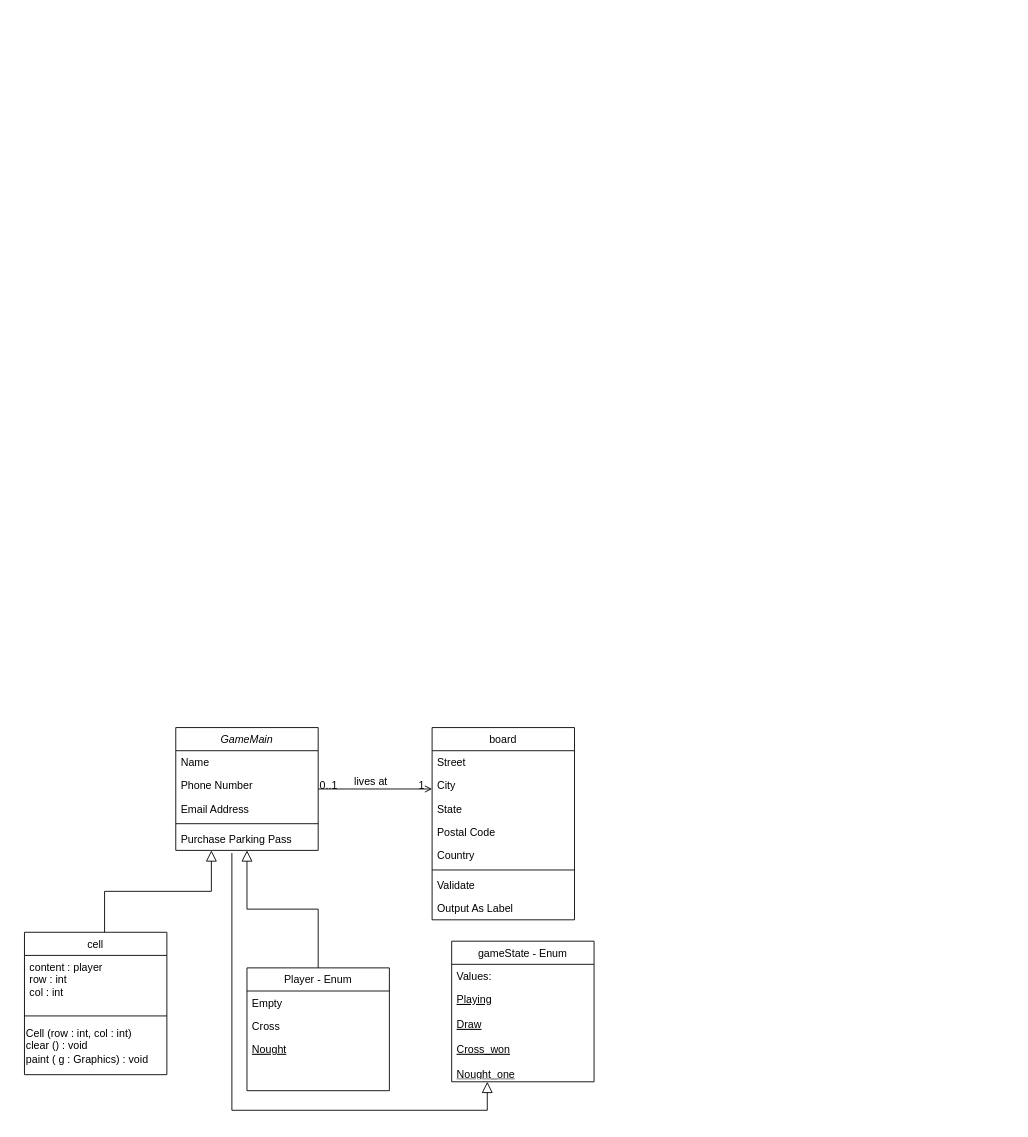
Above: Untitled Diagram.drawio in bec-anne/BIT504_AT2_Task2 (draw.io), before the change. Source tidied: cells renumbered, new cells numbered last; positions are measured from the earlier drawing's top-left corner, leaving out a move shared by most shapes. Both pictures are drawn from the tidied source at 89%, with x=0, y=0 at pixel (24, 727).
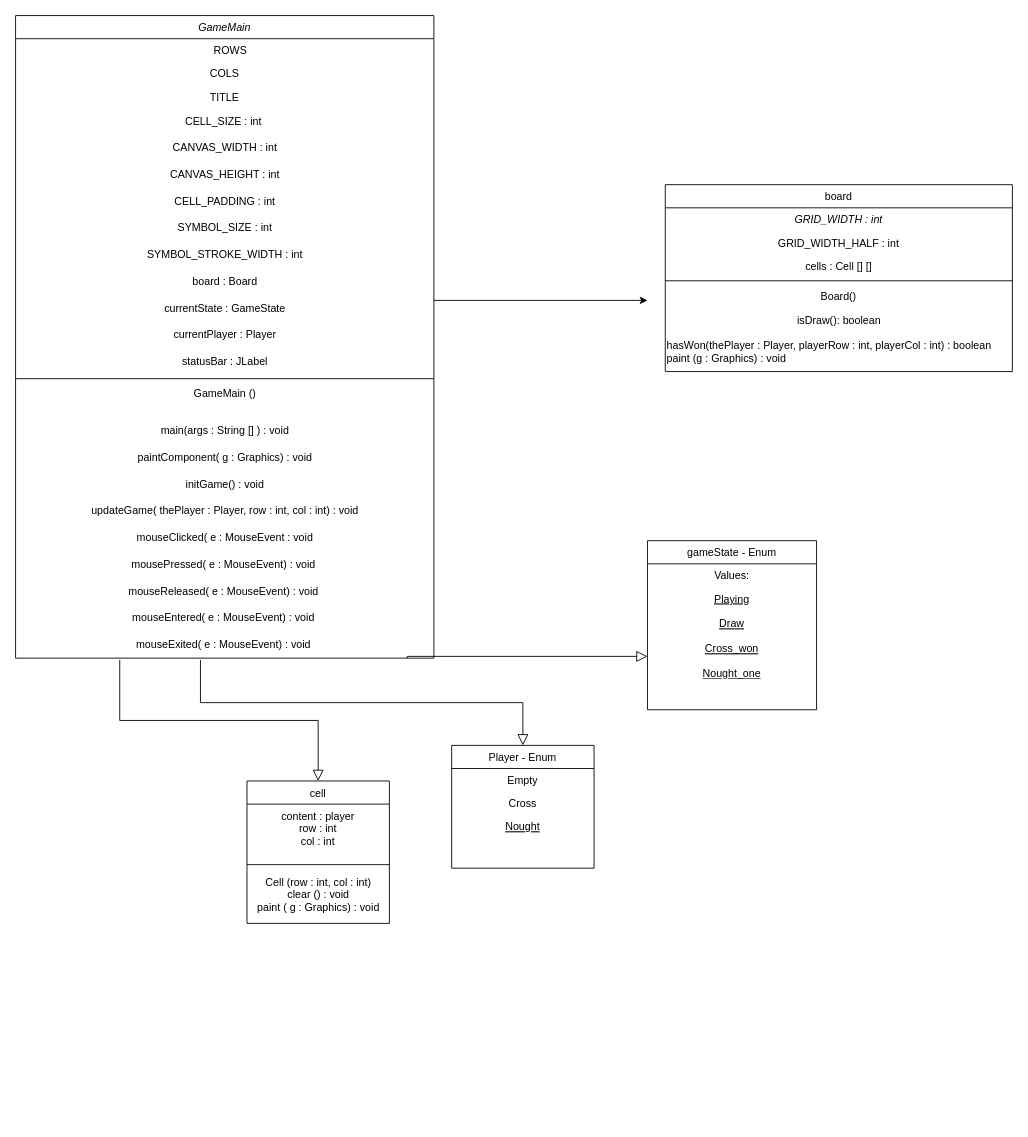
After the change.

Diff of the diagram source:
```diff
@@
     <mxCell id="2" value="GameMain" style="swimlane;fontStyle=2;align=center;verticalAlign=top;horizontal=1;startSize=26;rounded=0;shadow=0;strokeWidth=1;" parent="1" vertex="1">
-      <mxGeometry x="170" width="160" height="138" as="geometry" />
+      <mxGeometry x="-10" y="-800" width="470" height="722" as="geometry" />
     </mxCell>
-    <mxCell id="3" value="Name" style="text;align=left;verticalAlign=top;spacingLeft=4;spacingRight=4;overflow=hidden;" parent="2" vertex="1">
-      <mxGeometry y="26" width="160" height="26" as="geometry" />
+    <mxCell id="3" value="    ROWS" style="text;align=center;verticalAlign=top;spacingLeft=4;spacingRight=4;overflow=hidden;" parent="2" vertex="1">
+      <mxGeometry y="26" width="470" height="26" as="geometry" />
     </mxCell>
-    <mxCell id="4" value="Phone Number" style="text;align=left;verticalAlign=top;spacingLeft=4;spacingRight=4;overflow=hidden;rounded=0;shadow=0;html=0;" parent="2" vertex="1">
-      <mxGeometry y="52" width="160" height="26" as="geometry" />
+    <mxCell id="4" value="COLS" style="text;align=center;verticalAlign=top;spacingLeft=4;spacingRight=4;overflow=hidden;rounded=0;shadow=0;html=0;" parent="2" vertex="1">
+      <mxGeometry y="52" width="470" height="26" as="geometry" />
     </mxCell>
-    <mxCell id="5" value="Email Address" style="text;align=left;verticalAlign=top;spacingLeft=4;spacingRight=4;overflow=hidden;rounded=0;shadow=0;html=0;" parent="2" vertex="1">
-      <mxGeometry y="78" width="160" height="26" as="geometry" />
+    <mxCell id="5" value="TITLE" style="text;align=center;verticalAlign=top;spacingLeft=4;spacingRight=4;overflow=hidden;rounded=0;shadow=0;html=0;" parent="2" vertex="1">
+      <mxGeometry y="78" width="470" height="26" as="geometry" />
     </mxCell>
+    <mxCell id="35" value="CELL_SIZE : int&amp;nbsp;" style="text;html=1;align=center;verticalAlign=middle;strokeColor=none;fillColor=none;" parent="2" vertex="1">
+      <mxGeometry y="104" width="470" height="30" as="geometry" />
+    </mxCell>
+    <mxCell id="36" value="CANVAS_WIDTH : int" style="text;html=1;align=center;verticalAlign=middle;strokeColor=none;fillColor=none;" parent="2" vertex="1">
+      <mxGeometry y="134" width="470" height="30" as="geometry" />
+    </mxCell>
+    <mxCell id="37" value="CANVAS_HEIGHT : int" style="text;html=1;align=center;verticalAlign=middle;strokeColor=none;fillColor=none;" parent="2" vertex="1">
+      <mxGeometry y="164" width="470" height="30" as="geometry" />
+    </mxCell>
+    <mxCell id="38" value="CELL_PADDING : int" style="text;html=1;align=center;verticalAlign=middle;strokeColor=none;fillColor=none;" parent="2" vertex="1">
+      <mxGeometry y="194" width="470" height="30" as="geometry" />
+    </mxCell>
+    <mxCell id="39" value="SYMBOL_SIZE : int" style="text;html=1;align=center;verticalAlign=middle;strokeColor=none;fillColor=none;" parent="2" vertex="1">
+      <mxGeometry y="224" width="470" height="30" as="geometry" />
+    </mxCell>
+    <mxCell id="40" value="SYMBOL_STROKE_WIDTH : int" style="text;html=1;align=center;verticalAlign=middle;strokeColor=none;fillColor=none;" parent="2" vertex="1">
+      <mxGeometry y="254" width="470" height="30" as="geometry" />
+    </mxCell>
+    <mxCell id="41" value="board : Board" style="text;html=1;align=center;verticalAlign=middle;strokeColor=none;fillColor=none;" parent="2" vertex="1">
+      <mxGeometry y="284" width="470" height="30" as="geometry" />
+    </mxCell>
+    <mxCell id="42" value="currentState : GameState" style="text;html=1;align=center;verticalAlign=middle;strokeColor=none;fillColor=none;" parent="2" vertex="1">
+      <mxGeometry y="314" width="470" height="30" as="geometry" />
+    </mxCell>
+    <mxCell id="43" value="currentPlayer : Player" style="text;html=1;align=center;verticalAlign=middle;strokeColor=none;fillColor=none;" parent="2" vertex="1">
+      <mxGeometry y="344" width="470" height="30" as="geometry" />
+    </mxCell>
+    <mxCell id="44" value="statusBar : JLabel" style="text;html=1;align=center;verticalAlign=middle;strokeColor=none;fillColor=none;" parent="2" vertex="1">
+      <mxGeometry y="374" width="470" height="30" as="geometry" />
+    </mxCell>
     <mxCell id="6" style="line;html=1;strokeWidth=1;align=left;verticalAlign=middle;spacingTop=-1;spacingLeft=3;spacingRight=3;labelPosition=right;" parent="2" vertex="1">
-      <mxGeometry y="104" width="160" height="8" as="geometry" />
+      <mxGeometry y="404" width="470" height="8" as="geometry" />
     </mxCell>
-    <mxCell id="7" value="Purchase Parking Pass" style="text;align=left;verticalAlign=top;spacingLeft=4;spacingRight=4;overflow=hidden;points=[[0,0.5],[1,0.5]];portConstraint=eastwest;" parent="2" vertex="1">
-      <mxGeometry y="112" width="160" height="26" as="geometry" />
-    </mxCell>
+    <mxCell id="45" value="GameMain ()&lt;div&gt;&lt;br&gt;&lt;/div&gt;" style="text;html=1;align=center;verticalAlign=middle;strokeColor=none;fillColor=none;" parent="2" vertex="1">
+      <mxGeometry y="412" width="470" height="40" as="geometry" />
+    </mxCell>
+    <mxCell id="46" value="main(args : String [] ) : void" style="text;html=1;align=center;verticalAlign=middle;strokeColor=none;fillColor=none;" parent="2" vertex="1">
+      <mxGeometry y="452" width="470" height="30" as="geometry" />
+    </mxCell>
+    <mxCell id="47" value="paintComponent( g : Graphics) : void" style="text;html=1;align=center;verticalAlign=middle;strokeColor=none;fillColor=none;" parent="2" vertex="1">
+      <mxGeometry y="482" width="470" height="30" as="geometry" />
+    </mxCell>
+    <mxCell id="48" value="initGame() : void" style="text;html=1;align=center;verticalAlign=middle;strokeColor=none;fillColor=none;" parent="2" vertex="1">
+      <mxGeometry y="512" width="470" height="30" as="geometry" />
+    </mxCell>
+    <mxCell id="49" value="updateGame( thePlayer : Player, row : int, col : int) : void" style="text;html=1;align=center;verticalAlign=middle;strokeColor=none;fillColor=none;" parent="2" vertex="1">
+      <mxGeometry y="542" width="470" height="30" as="geometry" />
+    </mxCell>
+    <mxCell id="50" value="mouseClicked( e : MouseEvent : void" style="text;html=1;align=center;verticalAlign=middle;strokeColor=none;fillColor=none;" parent="2" vertex="1">
+      <mxGeometry y="572" width="470" height="30" as="geometry" />
+    </mxCell>
+    <mxCell id="51" value="mousePressed( e : MouseEvent) : void&amp;nbsp;" style="text;html=1;align=center;verticalAlign=middle;strokeColor=none;fillColor=none;" parent="2" vertex="1">
+      <mxGeometry y="602" width="470" height="30" as="geometry" />
+    </mxCell>
+    <mxCell id="52" value="mouseReleased( e : MouseEvent) : void&amp;nbsp;" style="text;html=1;align=center;verticalAlign=middle;strokeColor=none;fillColor=none;" parent="2" vertex="1">
+      <mxGeometry y="632" width="470" height="30" as="geometry" />
+    </mxCell>
+    <mxCell id="53" value="mouseEntered( e : MouseEvent) : void&amp;nbsp;" style="text;html=1;align=center;verticalAlign=middle;strokeColor=none;fillColor=none;" parent="2" vertex="1">
+      <mxGeometry y="662" width="470" height="30" as="geometry" />
+    </mxCell>
+    <mxCell id="54" value="mouseExited( e : MouseEvent) : void&amp;nbsp;" style="text;html=1;align=center;verticalAlign=middle;points=[];strokeColor=none;fillColor=none;" parent="2" vertex="1">
+      <mxGeometry y="692" width="470" height="30" as="geometry" />
+    </mxCell>
     <mxCell id="8" value="Player - Enum" style="swimlane;fontStyle=0;align=center;verticalAlign=top;horizontal=1;startSize=26;rounded=0;shadow=0;strokeWidth=1;" parent="1" vertex="1">
-      <mxGeometry x="250" y="270" width="160" height="138" as="geometry" />
+      <mxGeometry x="480" y="20" width="160" height="138" as="geometry" />
     </mxCell>
-    <mxCell id="9" value="Empty" style="text;align=left;verticalAlign=top;spacingLeft=4;spacingRight=4;overflow=hidden;" parent="8" vertex="1">
+    <mxCell id="9" value="Empty" style="text;align=center;verticalAlign=top;spacingLeft=4;spacingRight=4;overflow=hidden;" parent="8" vertex="1">
       <mxGeometry y="26" width="160" height="26" as="geometry" />
     </mxCell>
-    <mxCell id="10" value="Cross" style="text;align=left;verticalAlign=top;spacingLeft=4;spacingRight=4;overflow=hidden;rounded=0;shadow=0;html=0;" parent="8" vertex="1">
+    <mxCell id="10" value="Cross" style="text;align=center;verticalAlign=top;spacingLeft=4;spacingRight=4;overflow=hidden;rounded=0;shadow=0;html=0;" parent="8" vertex="1">
       <mxGeometry y="52" width="160" height="26" as="geometry" />
     </mxCell>
-    <mxCell id="11" value="Nought" style="text;align=left;verticalAlign=top;spacingLeft=4;spacingRight=4;overflow=hidden;fontStyle=4;" parent="8" vertex="1">
+    <mxCell id="11" value="Nought" style="text;align=center;verticalAlign=top;spacingLeft=4;spacingRight=4;overflow=hidden;fontStyle=4;" parent="8" vertex="1">
       <mxGeometry y="78" width="160" height="26" as="geometry" />
     </mxCell>
-    <mxCell id="12" style="endArrow=block;endSize=10;endFill=0;shadow=0;strokeWidth=1;rounded=0;curved=0;edgeStyle=elbowEdgeStyle;elbow=vertical;" parent="1" edge="1" source="8" target="2">
+    <mxCell id="12" style="endArrow=block;endSize=10;endFill=0;shadow=0;strokeWidth=1;rounded=0;curved=0;edgeStyle=elbowEdgeStyle;elbow=vertical;exitX=0.442;exitY=1.067;exitDx=0;exitDy=0;exitPerimeter=0;" parent="1" edge="1" source="54" target="8">
       <mxGeometry relative="1" as="geometry" />
     </mxCell>
     <mxCell id="13" value="cell" style="swimlane;fontStyle=0;align=center;verticalAlign=top;horizontal=1;startSize=26;rounded=0;shadow=0;strokeWidth=1;" parent="1" vertex="1">
-      <mxGeometry y="230" width="160" height="160" as="geometry" />
+      <mxGeometry x="250" y="60" width="160" height="160" as="geometry" />
     </mxCell>
-    <mxCell id="14" value="content : player&#10;row : int&#10;col : int&#10;" style="text;align=left;verticalAlign=top;spacingLeft=4;spacingRight=4;overflow=hidden;" parent="13" vertex="1">
+    <mxCell id="14" value="content : player&#10;row : int&#10;col : int&#10;" style="text;align=center;verticalAlign=top;spacingLeft=4;spacingRight=4;overflow=hidden;" parent="13" vertex="1">
       <mxGeometry y="26" width="160" height="64" as="geometry" />
     </mxCell>
@@
-    <mxCell id="16" value="Cell (row : int, col : int)&lt;div&gt;clear () : void&lt;/div&gt;&lt;div&gt;paint ( g : Graphics) : void&lt;/div&gt;" style="text;html=1;align=left;verticalAlign=middle;strokeColor=none;fillColor=none;" parent="13" vertex="1">
+    <mxCell id="16" value="Cell (row : int, col : int)&lt;div&gt;clear () : void&lt;/div&gt;&lt;div&gt;paint ( g : Graphics) : void&lt;/div&gt;" style="text;html=1;align=center;verticalAlign=middle;strokeColor=none;fillColor=none;" parent="13" vertex="1">
       <mxGeometry y="98" width="160" height="60" as="geometry" />
     </mxCell>
-    <mxCell id="17" style="endArrow=block;endSize=10;endFill=0;shadow=0;strokeWidth=1;rounded=0;curved=0;edgeStyle=elbowEdgeStyle;elbow=vertical;entryX=0.531;entryY=0.962;entryDx=0;entryDy=0;entryPerimeter=0;" parent="1" edge="1">
-      <mxGeometry relative="1" as="geometry">
-        <mxPoint x="90" y="230" as="sourcePoint" />
-        <mxPoint x="210" y="138" as="targetPoint" />
-      </mxGeometry>
+    <mxCell id="17" style="endArrow=block;endSize=10;endFill=0;shadow=0;strokeWidth=1;rounded=0;curved=0;edgeStyle=elbowEdgeStyle;elbow=vertical;entryX=0.5;entryY=0;entryDx=0;entryDy=0;exitX=0.249;exitY=1.067;exitDx=0;exitDy=0;exitPerimeter=0;" parent="1" edge="1" source="54" target="13">
+      <mxGeometry relative="1" as="geometry" />
     </mxCell>
     <mxCell id="18" value="board" style="swimlane;fontStyle=0;align=center;verticalAlign=top;horizontal=1;startSize=26;rounded=0;shadow=0;strokeWidth=1;" parent="1" vertex="1">
-      <mxGeometry x="458" width="160" height="216" as="geometry" />
+      <mxGeometry x="720" y="-610" width="390" height="210" as="geometry" />
     </mxCell>
-    <mxCell id="19" value="Street" style="text;align=left;verticalAlign=top;spacingLeft=4;spacingRight=4;overflow=hidden;" parent="18" vertex="1">
-      <mxGeometry y="26" width="160" height="26" as="geometry" />
+    <mxCell id="19" value="GRID_WIDTH : int&#10;" style="text;align=center;verticalAlign=top;spacingLeft=4;spacingRight=4;overflow=hidden;fontStyle=2;" parent="18" vertex="1">
+      <mxGeometry y="26" width="390" height="26" as="geometry" />
     </mxCell>
-    <mxCell id="20" value="City" style="text;align=left;verticalAlign=top;spacingLeft=4;spacingRight=4;overflow=hidden;rounded=0;shadow=0;html=0;" parent="18" vertex="1">
-      <mxGeometry y="52" width="160" height="26" as="geometry" />
+    <mxCell id="20" value="GRID_WIDTH_HALF : int" style="text;align=center;verticalAlign=top;spacingLeft=4;spacingRight=4;overflow=hidden;rounded=0;shadow=0;html=0;" parent="18" vertex="1">
+      <mxGeometry y="52" width="390" height="26" as="geometry" />
     </mxCell>
-    <mxCell id="21" value="State" style="text;align=left;verticalAlign=top;spacingLeft=4;spacingRight=4;overflow=hidden;rounded=0;shadow=0;html=0;" parent="18" vertex="1">
-      <mxGeometry y="78" width="160" height="26" as="geometry" />
+    <mxCell id="21" value="cells : Cell [] []" style="text;align=center;verticalAlign=top;spacingLeft=4;spacingRight=4;overflow=hidden;rounded=0;shadow=0;html=0;" parent="18" vertex="1">
+      <mxGeometry y="78" width="390" height="26" as="geometry" />
     </mxCell>
-    <mxCell id="22" value="Postal Code" style="text;align=left;verticalAlign=top;spacingLeft=4;spacingRight=4;overflow=hidden;rounded=0;shadow=0;html=0;" parent="18" vertex="1">
-      <mxGeometry y="104" width="160" height="26" as="geometry" />
-    </mxCell>
-    <mxCell id="23" value="Country" style="text;align=left;verticalAlign=top;spacingLeft=4;spacingRight=4;overflow=hidden;rounded=0;shadow=0;html=0;" parent="18" vertex="1">
-      <mxGeometry y="130" width="160" height="26" as="geometry" />
-    </mxCell>
     <mxCell id="24" style="line;html=1;strokeWidth=1;align=left;verticalAlign=middle;spacingTop=-1;spacingLeft=3;spacingRight=3;labelPosition=right;" parent="18" vertex="1">
-      <mxGeometry y="156" width="160" height="8" as="geometry" />
+      <mxGeometry y="104" width="390" height="8" as="geometry" />
     </mxCell>
-    <mxCell id="25" value="Validate" style="text;align=left;verticalAlign=top;spacingLeft=4;spacingRight=4;overflow=hidden;" parent="18" vertex="1">
-      <mxGeometry y="164" width="160" height="26" as="geometry" />
-    </mxCell>
-    <mxCell id="26" value="Output As Label" style="text;align=left;verticalAlign=top;spacingLeft=4;spacingRight=4;overflow=hidden;" parent="18" vertex="1">
-      <mxGeometry y="190" width="160" height="26" as="geometry" />
+    <mxCell id="26" value="Board()" style="text;align=center;verticalAlign=top;spacingLeft=4;spacingRight=4;overflow=hidden;" parent="18" vertex="1">
+      <mxGeometry y="112" width="390" height="26" as="geometry" />
     </mxCell>
-    <mxCell id="27" style="endArrow=open;shadow=0;strokeWidth=1;rounded=0;curved=0;endFill=1;edgeStyle=elbowEdgeStyle;elbow=vertical;" parent="1" edge="1" source="2" target="18">
-      <mxGeometry x="0.5" y="41" relative="1" as="geometry">
-        <mxPoint x="-40" y="32" as="offset" />
-      </mxGeometry>
-    </mxCell>
-    <mxCell id="28" value="0..1" style="align=left;verticalAlign=bottom;labelBackgroundColor=none;fontSize=12;" parent="27" vertex="1">
-      <mxGeometry x="-1" relative="1" as="geometry">
-        <mxPoint y="4" as="offset" />
-      </mxGeometry>
-    </mxCell>
-    <mxCell id="29" value="1" style="align=right;verticalAlign=bottom;labelBackgroundColor=none;fontSize=12;" parent="27" vertex="1">
-      <mxGeometry x="1" relative="1" as="geometry">
-        <mxPoint x="-7" y="4" as="offset" />
-      </mxGeometry>
-    </mxCell>
-    <mxCell id="30" value="lives at" style="text;html=1;align=center;verticalAlign=middle;labelBackgroundColor=none;rounded=0;shadow=0;strokeWidth=1;fontSize=12;" parent="27" vertex="1">
-      <mxGeometry x="0.5" y="49" relative="1" as="geometry">
-        <mxPoint x="-38" y="40" as="offset" />
-      </mxGeometry>
-    </mxCell>
+    <mxCell id="55" value="isDraw(): boolean" style="text;html=1;align=center;verticalAlign=middle;strokeColor=none;fillColor=none;" parent="18" vertex="1">
+      <mxGeometry y="138" width="390" height="30" as="geometry" />
+    </mxCell>
+    <mxCell id="56" value="hasWon(thePlayer : Player, playerRow : int, playerCol : int) : boolean&lt;div&gt;paint (g : Graphics) : void &amp;nbsp;&lt;/div&gt;" style="text;html=1;align=left;verticalAlign=middle;strokeColor=none;fillColor=none;" parent="18" vertex="1">
+      <mxGeometry y="168" width="390" height="40" as="geometry" />
+    </mxCell>
     <mxCell id="31" value="gameState - Enum" style="swimlane;fontStyle=0;align=center;verticalAlign=top;horizontal=1;startSize=26;rounded=0;shadow=0;strokeWidth=1;" parent="1" vertex="1">
-      <mxGeometry x="480" y="240" width="160" height="158" as="geometry" />
+      <mxGeometry x="700" y="-210" width="190" height="190" as="geometry" />
     </mxCell>
-    <mxCell id="32" value="Values:&#10;" style="text;align=left;verticalAlign=top;spacingLeft=4;spacingRight=4;overflow=hidden;" parent="31" vertex="1">
-      <mxGeometry y="26" width="160" height="26" as="geometry" />
+    <mxCell id="32" value="Values:&#10;" style="text;align=center;verticalAlign=top;spacingLeft=4;spacingRight=4;overflow=hidden;" parent="31" vertex="1">
+      <mxGeometry y="26" width="190" height="26" as="geometry" />
     </mxCell>
-    <mxCell id="33" value="Playing&#10;&#10;Draw&#10;&#10;Cross_won&#10;&#10;Nought_one" style="text;align=left;verticalAlign=top;spacingLeft=4;spacingRight=4;overflow=hidden;points=[[0,0.5],[1,0.5]];portConstraint=eastwest;fontStyle=4;" parent="31" vertex="1">
-      <mxGeometry y="52" width="160" height="98" as="geometry" />
+    <mxCell id="33" value="Playing&#10;&#10;Draw&#10;&#10;Cross_won&#10;&#10;Nought_one" style="text;align=center;verticalAlign=top;spacingLeft=4;spacingRight=4;overflow=hidden;points=[[0,0.5],[1,0.5]];portConstraint=eastwest;fontStyle=4;" parent="31" vertex="1">
+      <mxGeometry y="52" width="190" height="98" as="geometry" />
     </mxCell>
-    <mxCell id="34" style="endArrow=block;endSize=10;endFill=0;shadow=0;strokeWidth=1;rounded=0;curved=0;edgeStyle=elbowEdgeStyle;elbow=vertical;exitX=0.394;exitY=1.115;exitDx=0;exitDy=0;exitPerimeter=0;entryX=0.25;entryY=1;entryDx=0;entryDy=0;" parent="1" edge="1" source="7" target="31">
+    <mxCell id="34" style="endArrow=block;endSize=10;endFill=0;shadow=0;strokeWidth=1;rounded=0;curved=0;edgeStyle=elbowEdgeStyle;elbow=vertical;" parent="1" edge="1" target="33">
       <mxGeometry relative="1" as="geometry">
+        <mxPoint x="430" y="-78" as="sourcePoint" />
         <Array as="points">
-          <mxPoint x="520" y="430" />
-          <mxPoint x="430" y="430" />
-          <mxPoint x="578" y="330" />
+          <mxPoint x="510" y="-80" />
+          <mxPoint x="720" y="422" />
+          <mxPoint x="868" y="322" />
         </Array>
       </mxGeometry>
     </mxCell>
+    <mxCell id="57" style="edgeStyle=none;orthogonalLoop=1;jettySize=auto;html=1;rounded=0;" parent="1" edge="1">
+      <mxGeometry relative="1" as="geometry">
+        <mxPoint x="460" y="-480" as="sourcePoint" />
+        <mxPoint x="700" y="-480" as="targetPoint" />
+      </mxGeometry>
+    </mxCell>
```
